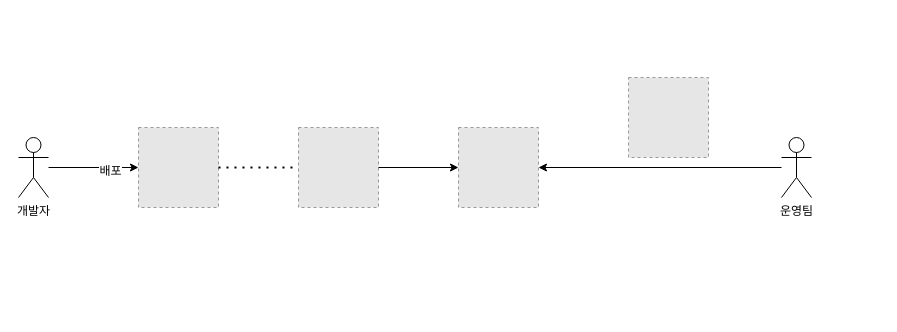
Earlier version of the draw.io diagram page "Static-Provisioning" (2 of 2) of 12_Storage_Management/Dynamic_Provisioning_Static_Provisioning.drawio (megazone-stc-cnp/eks-edu). Source tidied: cells renumbered, new cells numbered last; positions are measured from the earlier drawing's top-left corner, leaving out a move shared by most shapes. Both pictures are drawn from the tidied source at 100%, with x=0, y=0 at pixel (18, 77). Pictures stored in the file or linked from it are replaced by grey dashed boxes.
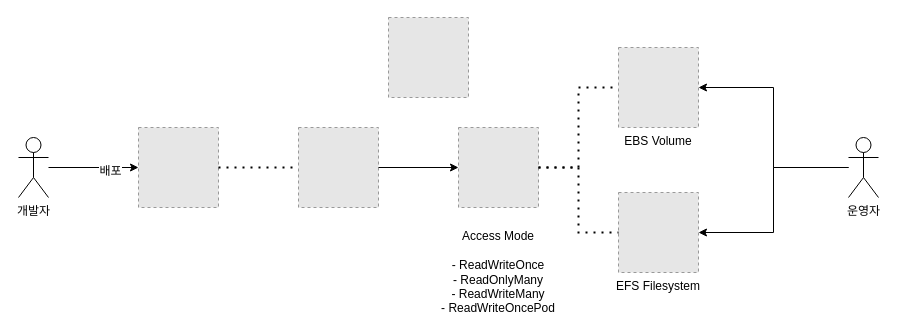
The same diagram, later.

The change refers to these unchanged cells:
```xml
<mxCell id="6" style="fillColor=#E6E6E6;strokeColor=#999999;dashed=1;verticalLabelPosition=bottom;labelBackgroundColor=default;verticalAlign=top;" parent="1" vertex="1">
  <mxGeometry x="440" y="50" width="80" height="80" as="geometry" />
</mxCell>
```

Diff of the diagram source:
```diff
@@
     <mxCell id="7" style="fillColor=#E6E6E6;strokeColor=#999999;dashed=1;verticalLabelPosition=bottom;labelBackgroundColor=default;verticalAlign=top;" parent="1" vertex="1">
-      <mxGeometry x="610" width="80" height="80" as="geometry" />
+      <mxGeometry x="370" y="-60" width="80" height="80" as="geometry" />
     </mxCell>
@@
+    <mxCell id="15" style="edgeStyle=orthogonalEdgeStyle;rounded=0;orthogonalLoop=1;jettySize=auto;html=1;" parent="1" edge="1">
+      <mxGeometry relative="1" as="geometry">
+        <mxPoint x="830" y="90" as="sourcePoint" />
+        <mxPoint x="830" y="90" as="targetPoint" />
+      </mxGeometry>
+    </mxCell>
-    <mxCell id="11" value="운영팀" style="shape=umlActor;verticalLabelPosition=bottom;verticalAlign=top;html=1;outlineConnect=0;" parent="1" vertex="1">
-      <mxGeometry x="763" y="60" width="30" height="60" as="geometry" />
+    <mxCell id="11" value="운영자" style="shape=umlActor;verticalLabelPosition=bottom;verticalAlign=top;html=1;outlineConnect=0;" parent="1" vertex="1">
+      <mxGeometry x="830" y="60" width="30" height="60" as="geometry" />
     </mxCell>
-    <mxCell id="12" style="endArrow=classic;html=1;rounded=0;fontFamily=Helvetica;fontSize=12;fontColor=default;labelBackgroundColor=default;entryX=1;entryY=0.5;entryDx=0;entryDy=0;" parent="1" edge="1" source="11" target="6">
+    <mxCell id="12" style="endArrow=classic;html=1;rounded=0;fontFamily=Helvetica;fontSize=12;fontColor=default;labelBackgroundColor=default;entryX=1;entryY=0.5;entryDx=0;entryDy=0;edgeStyle=orthogonalEdgeStyle;" parent="1" edge="1" source="11" target="16">
       <mxGeometry relative="1" as="geometry" />
     </mxCell>
@@
+    <mxCell id="16" value="EBS Volume" style="fillColor=#E6E6E6;strokeColor=#999999;dashed=1;verticalLabelPosition=bottom;labelBackgroundColor=default;verticalAlign=top;" parent="1" vertex="1">
+      <mxGeometry x="600" y="-30" width="80" height="80" as="geometry" />
+    </mxCell>
+    <mxCell id="17" value="EFS Filesystem" style="fillColor=#E6E6E6;strokeColor=#999999;dashed=1;verticalLabelPosition=bottom;labelBackgroundColor=default;verticalAlign=top;" parent="1" vertex="1">
+      <mxGeometry x="600" y="115" width="80" height="80" as="geometry" />
+    </mxCell>
+    <mxCell id="18" style="endArrow=classic;html=1;rounded=0;fontFamily=Helvetica;fontSize=12;fontColor=default;labelBackgroundColor=default;entryX=1;entryY=0.5;entryDx=0;entryDy=0;edgeStyle=orthogonalEdgeStyle;" parent="1" edge="1" source="11" target="17">
+      <mxGeometry relative="1" as="geometry" />
+    </mxCell>
+    <mxCell id="19" value="&lt;div&gt;&lt;br&gt;&lt;/div&gt;&lt;div&gt;&lt;br&gt;&lt;/div&gt;" style="edgeLabel;html=1;align=center;verticalAlign=middle;strokeColor=default;fontFamily=Helvetica;fontSize=12;fontColor=default;labelBackgroundColor=default;fillColor=default;" parent="18" vertex="1">
+      <mxGeometry x="0.05" y="3" relative="1" as="geometry" />
+    </mxCell>
+    <mxCell id="20" style="edgeLabel;html=1;align=center;verticalAlign=middle;strokeColor=default;fontFamily=Helvetica;fontSize=12;fontColor=default;labelBackgroundColor=default;fillColor=default;" parent="18" vertex="1">
+      <mxGeometry x="-0.14" y="2" relative="1" as="geometry" />
+    </mxCell>
+    <mxCell id="21" style="endArrow=none;dashed=1;html=1;dashPattern=1 3;strokeWidth=2;rounded=0;entryX=0;entryY=0.5;entryDx=0;entryDy=0;exitX=1;exitY=0.5;exitDx=0;exitDy=0;edgeStyle=orthogonalEdgeStyle;" parent="1" edge="1" source="6" target="16">
+      <mxGeometry relative="1" as="geometry" />
+    </mxCell>
+    <mxCell id="22" style="endArrow=none;dashed=1;html=1;dashPattern=1 3;strokeWidth=2;rounded=0;entryX=0;entryY=0.5;entryDx=0;entryDy=0;exitX=1;exitY=0.5;exitDx=0;exitDy=0;edgeStyle=orthogonalEdgeStyle;" parent="1" edge="1" source="6" target="17">
+      <mxGeometry relative="1" as="geometry" />
+    </mxCell>
+    <mxCell id="23" value="Access Mode&lt;div&gt;&lt;br&gt;&lt;/div&gt;&lt;div&gt;- ReadWriteOnce&lt;/div&gt;&lt;div&gt;- ReadOnlyMany&lt;/div&gt;&lt;div&gt;- ReadWriteMany&lt;/div&gt;&lt;div&gt;- ReadWriteOncePod&lt;/div&gt;" style="text;html=1;align=center;verticalAlign=middle;whiteSpace=wrap;rounded=0;" parent="1" vertex="1">
+      <mxGeometry x="420" y="164.5" width="120" height="60" as="geometry" />
+    </mxCell>
```
